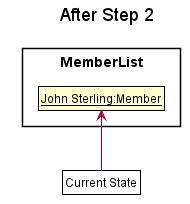
nus-cs2113-AY2021S1/tp keeps this PlantUML diagram as docs/hrDiagramPic/2-1S2.png. Above is the earlier version. Source of this version:
```plantuml
@startuml





skinparam BackgroundColor #FFFFFFF

skinparam Shadowing false

skinparam Class {
    FontColor #FFFFFF
    BorderThickness 1
    BorderColor #FFFFFF
    StereotypeFontColor #FFFFFF
    FontName Arial
}

skinparam Actor {
    BorderColor #000000
    Color #000000
    FontName Arial
}

skinparam Sequence {
    MessageAlign center
    BoxFontSize 15
    BoxPadding 0
    BoxFontColor #FFFFFF
    FontName Arial
}

skinparam Participant {
    FontColor #FFFFFFF
    Padding 20
}

skinparam MinClassWidth 50
skinparam ParticipantPadding 10
skinparam Shadowing false
skinparam DefaultTextAlignment center
skinparam packageStyle Rectangle

hide footbox
hide members
hide circle

skinparam ClassFontColor #000000
skinparam ClassBorderColor #000000

title After Step 2

package MemberList {
    class State1 as "__John Sterling:Member__"
}

class Pointer as "Current State" #FFFFF
Pointer -up-> State1
@enduml
```
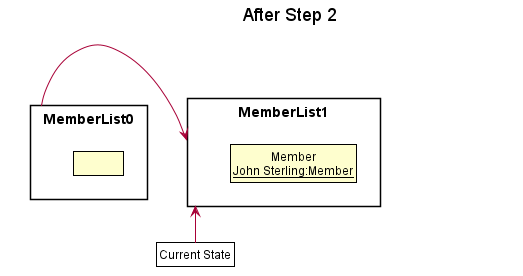
Later version of the same file.

The edit, as a diff of the source:
```diff
@@ -50,10 +50,21 @@
 
 title After Step 2
 
-package MemberList {
-    class State1 as "__John Sterling:Member__"
+package MemberList0 {
+    class State1 as " "
+}
+package MemberList1 {
+    class State2 as "Member\n__John Sterling:Member__"
 }
 
+package MemberList2 {
+    class State3 as " "
+}
+
+MemberList0 -left->MemberList1
+MemberList1 -left->MemberList2
+hide MemberList2
+
 class Pointer as "Current State" #FFFFF
-Pointer -up-> State1
+Pointer -up-> MemberList1
 @enduml
```
